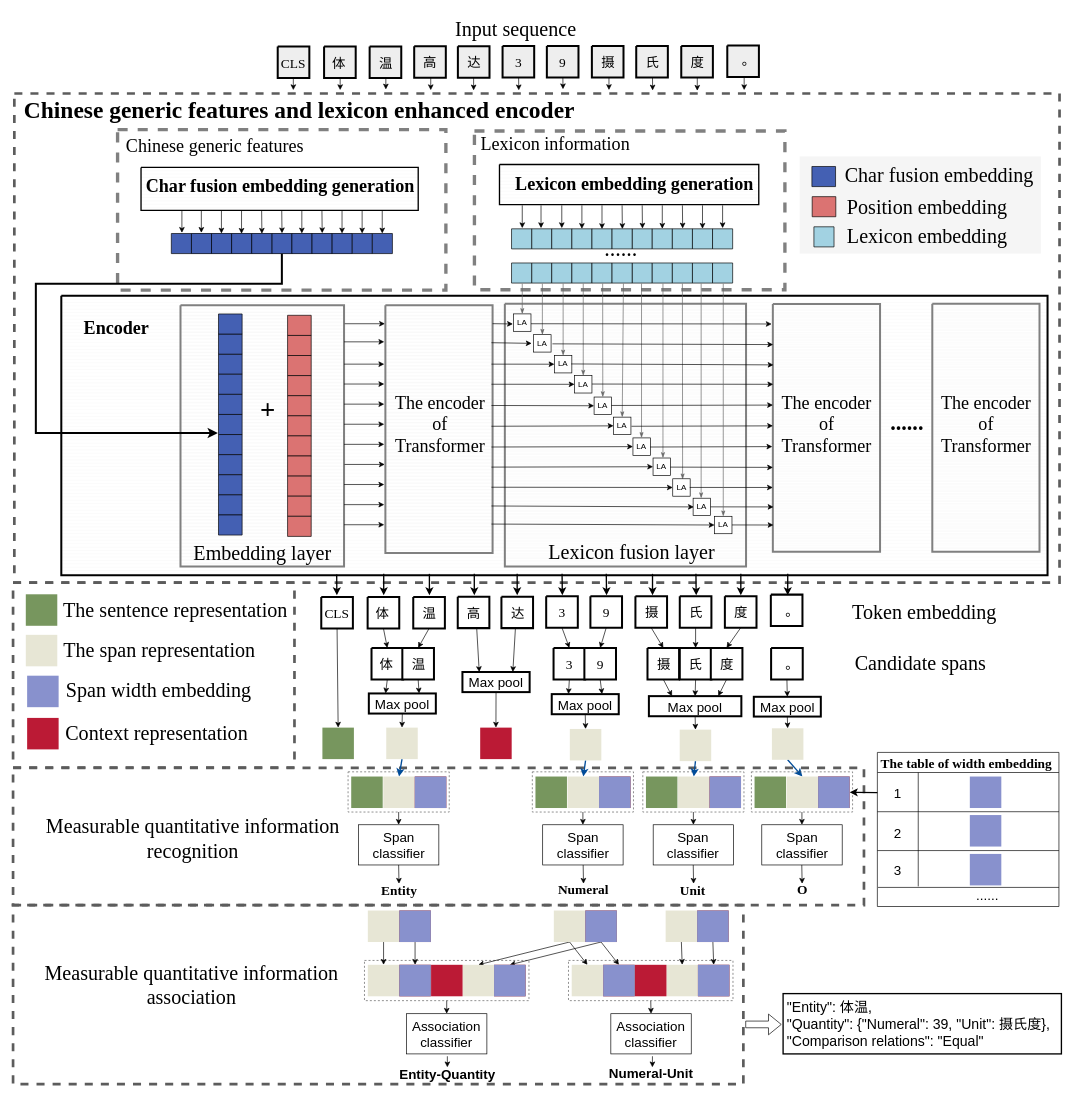
JJackMoO/Jackert_draw keeps this draw.io diagram as page "第 1 页" (1 of 4) of SCLert_model.drawio. Above is the earlier version. Source tidied: cells renumbered, new cells numbered last; positions are measured from the earlier drawing's top-left corner, leaving out a move shared by most shapes. Both pictures are drawn from the tidied source at 67%, with x=0, y=0 at pixel (13, 11).
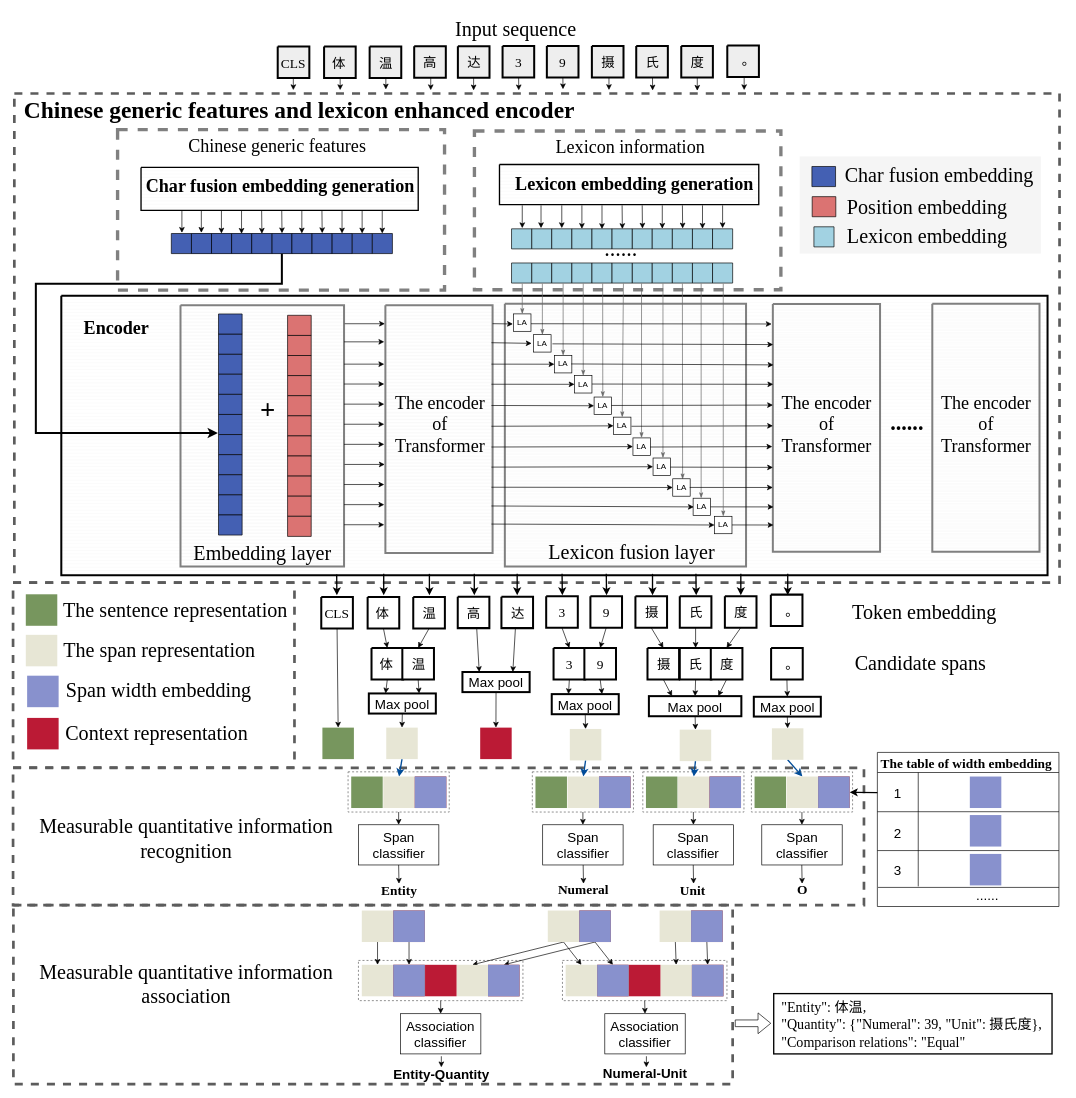
The same diagram, later.

The change refers to these unchanged cells:
```xml
<mxCell id="189" style="group;" parent="1" vertex="1">
  <mxGeometry x="726" y="228" width="445.6" height="188" as="geometry" />
</mxCell>
```

Diff of the diagram source:
```diff
@@
     <mxCell id="3" style="rounded=0;whiteSpace=wrap;html=1;fontSize=20;strokeColor=#5C5C5C;strokeWidth=1;fillColor=none;dashed=1;" parent="1" vertex="1">
-      <mxGeometry x="829" y="1416" width="245.5" height="60" as="geometry" />
+      <mxGeometry x="820" y="1416" width="245.5" height="60" as="geometry" />
     </mxCell>
     <mxCell id="4" style="rounded=0;whiteSpace=wrap;html=1;fontSize=20;strokeColor=#5C5C5C;strokeWidth=1;fillColor=none;dashed=1;" parent="1" vertex="1">
-      <mxGeometry x="524.5" y="1416" width="245.5" height="60" as="geometry" />
+      <mxGeometry x="515.5" y="1416" width="245.5" height="60" as="geometry" />
     </mxCell>
     <mxCell id="5" style="rounded=0;whiteSpace=wrap;html=1;dashed=1;fontSize=20;strokeColor=#5C5C5C;strokeWidth=4;fillColor=none;" parent="1" vertex="1">
-      <mxGeometry y="1333.5" width="1090" height="267" as="geometry" />
+      <mxGeometry x="0.5" y="1333.5" width="1073.5" height="267" as="geometry" />
     </mxCell>
@@
     <mxCell id="114" style="whiteSpace=wrap;html=1;fontSize=20;strokeColor=none;strokeWidth=1;fillColor=#E7E6D5;fontColor=#ffffff;" parent="1" vertex="1">
-      <mxGeometry x="529.5" y="1341.5" width="47" height="47" as="geometry" />
+      <mxGeometry x="520.5" y="1341.5" width="47" height="47" as="geometry" />
     </mxCell>
@@
     <mxCell id="116" style="whiteSpace=wrap;html=1;fontSize=20;strokeColor=none;strokeWidth=1;fillColor=#B9628E;" parent="1" vertex="1">
-      <mxGeometry x="576.5" y="1341.5" width="47" height="47" as="geometry" />
+      <mxGeometry x="567.5" y="1341.5" width="47" height="47" as="geometry" />
     </mxCell>
@@
     <mxCell id="119" style="whiteSpace=wrap;html=1;fontSize=20;strokeColor=none;strokeWidth=1;fillColor=#E7E6D5;fontColor=#ffffff;" parent="1" vertex="1">
-      <mxGeometry x="807.1" y="1341.5" width="47" height="47" as="geometry" />
+      <mxGeometry x="798.1" y="1341.5" width="47" height="47" as="geometry" />
     </mxCell>
@@
     <mxCell id="122" style="whiteSpace=wrap;html=1;fontSize=20;strokeColor=none;strokeWidth=1;fillColor=#B9628E;" parent="1" vertex="1">
-      <mxGeometry x="854.1" y="1341.5" width="47" height="47" as="geometry" />
+      <mxGeometry x="845.1" y="1341.5" width="47" height="47" as="geometry" />
     </mxCell>
     <mxCell id="123" style="whiteSpace=wrap;html=1;fontSize=20;strokeColor=none;strokeWidth=1;fillColor=#E7E6D5;fontColor=#ffffff;" parent="1" vertex="1">
-      <mxGeometry x="974" y="1341.5" width="47" height="47" as="geometry" />
+      <mxGeometry x="965" y="1341.5" width="47" height="47" as="geometry" />
     </mxCell>
@@
     <mxCell id="125" style="whiteSpace=wrap;html=1;fontSize=20;strokeColor=none;strokeWidth=1;fillColor=#B9628E;" parent="1" vertex="1">
-      <mxGeometry x="1021" y="1341.5" width="47" height="47" as="geometry" />
+      <mxGeometry x="1012" y="1341.5" width="47" height="47" as="geometry" />
     </mxCell>
@@
     <mxCell id="127" style="whiteSpace=wrap;html=1;fontSize=20;strokeColor=none;strokeWidth=1;fillColor=#E7E6D5;fontColor=#ffffff;" parent="1" vertex="1">
-      <mxGeometry x="529.5" y="1422.5" width="47" height="47" as="geometry" />
+      <mxGeometry x="520.5" y="1422.5" width="47" height="47" as="geometry" />
     </mxCell>
     <mxCell id="128" style="whiteSpace=wrap;html=1;fontSize=20;strokeColor=none;strokeWidth=1;fillColor=#B9628E;" parent="1" vertex="1">
-      <mxGeometry x="576.5" y="1422.5" width="47" height="47" as="geometry" />
+      <mxGeometry x="567.5" y="1422.5" width="47" height="47" as="geometry" />
     </mxCell>
     <mxCell id="129" style="whiteSpace=wrap;html=1;fontSize=20;strokeColor=none;strokeWidth=1;fillColor=#E7E6D5;fontColor=#ffffff;" parent="1" vertex="1">
-      <mxGeometry x="670.9" y="1422.5" width="47" height="47" as="geometry" />
+      <mxGeometry x="661.9" y="1422.5" width="47" height="47" as="geometry" />
     </mxCell>
     <mxCell id="130" style="whiteSpace=wrap;html=1;fontSize=20;strokeColor=none;strokeWidth=1;fillColor=#B9628E;" parent="1" vertex="1">
-      <mxGeometry x="717.9" y="1422.5" width="47" height="47" as="geometry" />
+      <mxGeometry x="708.9" y="1422.5" width="47" height="47" as="geometry" />
     </mxCell>
     <mxCell id="131" style="whiteSpace=wrap;html=1;fontSize=20;strokeColor=none;strokeWidth=1;fillColor=#BB1A35;" parent="1" vertex="1">
-      <mxGeometry x="623.9" y="1422.5" width="47" height="47" as="geometry" />
+      <mxGeometry x="614.9" y="1422.5" width="47" height="47" as="geometry" />
     </mxCell>
     <mxCell id="132" style="whiteSpace=wrap;html=1;fontSize=20;strokeColor=none;strokeWidth=1;fillColor=#E7E6D5;fontColor=#ffffff;" parent="1" vertex="1">
-      <mxGeometry x="833.8" y="1422.5" width="47" height="47" as="geometry" />
+      <mxGeometry x="824.8" y="1422.5" width="47" height="47" as="geometry" />
     </mxCell>
     <mxCell id="133" style="whiteSpace=wrap;html=1;fontSize=20;strokeColor=none;strokeWidth=1;fillColor=#B9628E;" parent="1" vertex="1">
-      <mxGeometry x="880.8" y="1422.5" width="47" height="47" as="geometry" />
+      <mxGeometry x="871.8" y="1422.5" width="47" height="47" as="geometry" />
     </mxCell>
     <mxCell id="134" style="whiteSpace=wrap;html=1;fontSize=20;strokeColor=none;strokeWidth=1;fillColor=#E7E6D5;fontColor=#ffffff;" parent="1" vertex="1">
-      <mxGeometry x="975.2" y="1422.5" width="47" height="47" as="geometry" />
+      <mxGeometry x="966.2" y="1422.5" width="47" height="47" as="geometry" />
     </mxCell>
     <mxCell id="135" style="whiteSpace=wrap;html=1;fontSize=20;strokeColor=none;strokeWidth=1;fillColor=#B9628E;" parent="1" vertex="1">
-      <mxGeometry x="1022.2" y="1422.5" width="47" height="47" as="geometry" />
+      <mxGeometry x="1013.2" y="1422.5" width="47" height="47" as="geometry" />
     </mxCell>
     <mxCell id="136" style="whiteSpace=wrap;html=1;fontSize=20;strokeColor=none;strokeWidth=1;fillColor=#BB1A35;" parent="1" vertex="1">
-      <mxGeometry x="928.2" y="1422.5" width="47" height="47" as="geometry" />
+      <mxGeometry x="919.2" y="1422.5" width="47" height="47" as="geometry" />
     </mxCell>
     <mxCell id="137" value="Association classifier" style="rounded=0;whiteSpace=wrap;html=1;fontSize=20;strokeColor=#000000;strokeWidth=1;fillColor=none;" parent="1" vertex="1">
-      <mxGeometry x="587.2" y="1495.5" width="120" height="60" as="geometry" />
+      <mxGeometry x="578.2" y="1495.5" width="120" height="60" as="geometry" />
     </mxCell>
     <mxCell id="138" value="Association classifier" style="rounded=0;whiteSpace=wrap;html=1;fontSize=20;strokeColor=#000000;strokeWidth=1;fillColor=none;" parent="1" vertex="1">
-      <mxGeometry x="892.2" y="1495.5" width="120" height="60" as="geometry" />
+      <mxGeometry x="883.2" y="1495.5" width="120" height="60" as="geometry" />
     </mxCell>
@@
-    <mxCell id="140" style="edgeStyle=none;rounded=0;jettySize=auto;html=1;exitX=0.5;exitY=1;exitDx=0;exitDy=0;entryX=0.5;entryY=0;entryDx=0;entryDy=0;fontSize=20;strokeColor=#000000;" parent="1" edge="1" source="3" target="138">
-      <mxGeometry relative="1" as="geometry" />
+    <mxCell id="140" style="edgeStyle=none;rounded=0;jettySize=auto;html=1;exitX=0.5;exitY=1;exitDx=0;exitDy=0;entryX=0.5;entryY=0;entryDx=0;entryDy=0;fontSize=20;strokeColor=#000000;" parent="1" edge="1" target="138">
+      <mxGeometry relative="1" as="geometry">
+        <mxPoint x="942.7" y="1476" as="sourcePoint" />
+      </mxGeometry>
     </mxCell>
     <mxCell id="141" value="&lt;b&gt;Entity-Quantity&lt;/b&gt;" style="text;html=1;align=center;verticalAlign=middle;fillColor=none;strokeColor=none;rounded=0;dashed=1;fontSize=20;" parent="1" vertex="1">
-      <mxGeometry x="563.4" y="1564.5" width="170" height="40" as="geometry" />
+      <mxGeometry x="554.4" y="1564.5" width="170" height="40" as="geometry" />
     </mxCell>
     <mxCell id="142" value="&lt;b&gt;Numeral-Unit&lt;/b&gt;" style="text;html=1;align=center;verticalAlign=middle;fillColor=none;strokeColor=none;rounded=0;dashed=1;fontSize=20;" parent="1" vertex="1">
-      <mxGeometry x="876.8" y="1563.5" width="150" height="40" as="geometry" />
+      <mxGeometry x="867.8" y="1563.5" width="150" height="40" as="geometry" />
     </mxCell>
     <mxCell id="143" style="edgeStyle=none;rounded=0;orthogonalLoop=1;jettySize=auto;html=1;exitX=0.5;exitY=1;exitDx=0;exitDy=0;entryX=0.5;entryY=0;entryDx=0;entryDy=0;fontSize=20;strokeColor=#000000;" parent="1" edge="1">
       <mxGeometry relative="1" as="geometry">
-        <mxPoint x="648.2" y="1559" as="sourcePoint" />
-        <mxPoint x="648.2" y="1575.5" as="targetPoint" />
+        <mxPoint x="639.2" y="1559" as="sourcePoint" />
+        <mxPoint x="639.2" y="1575.5" as="targetPoint" />
       </mxGeometry>
     </mxCell>
     <mxCell id="144" style="edgeStyle=none;rounded=0;orthogonalLoop=1;jettySize=auto;html=1;exitX=0.5;exitY=1;exitDx=0;exitDy=0;entryX=0.5;entryY=0;entryDx=0;entryDy=0;fontSize=20;strokeColor=#000000;" parent="1" edge="1">
       <mxGeometry relative="1" as="geometry">
-        <mxPoint x="954.3" y="1559" as="sourcePoint" />
-        <mxPoint x="954.2" y="1575.5" as="targetPoint" />
+        <mxPoint x="945.3" y="1559" as="sourcePoint" />
+        <mxPoint x="945.2" y="1575.5" as="targetPoint" />
       </mxGeometry>
     </mxCell>
@@
     <mxCell id="153" value="&lt;span style=&quot;font-size: 30px;&quot;&gt;Measurable quantitative information&lt;br&gt;recognition&lt;br&gt;&lt;/span&gt;" style="text;html=1;align=center;verticalAlign=middle;fillColor=none;strokeColor=none;rounded=0;shadow=0;sketch=0;fillStyle=auto;fontFamily=Times New Roman;fontSize=27;" parent="1" vertex="1">
-      <mxGeometry x="38" y="1188.5" width="460" height="90" as="geometry" />
+      <mxGeometry x="28" y="1188.5" width="460" height="90" as="geometry" />
     </mxCell>
     <mxCell id="154" value="&lt;span style=&quot;font-size: 30px;&quot;&gt;Measurable quantitative information&lt;br&gt;association&lt;br&gt;&lt;/span&gt;" style="text;html=1;align=center;verticalAlign=middle;fillColor=none;strokeColor=none;rounded=0;shadow=0;sketch=0;fillStyle=auto;fontFamily=Times New Roman;fontSize=27;" parent="1" vertex="1">
-      <mxGeometry x="36" y="1407.5" width="460" height="90" as="geometry" />
+      <mxGeometry x="28" y="1405.5" width="460" height="90" as="geometry" />
     </mxCell>
     <mxCell id="155" style="shape=flexArrow;endArrow=classic;html=1;rounded=0;fontSize=20;strokeColor=#000000;" parent="1" edge="1">
       <mxGeometry relative="1" as="geometry">
-        <mxPoint x="1093" y="1511.5" as="sourcePoint" />
-        <mxPoint x="1147" y="1511.5" as="targetPoint" />
+        <mxPoint x="1077.4" y="1509.8" as="sourcePoint" />
+        <mxPoint x="1131.4" y="1509.8" as="targetPoint" />
       </mxGeometry>
     </mxCell>
-    <mxCell id="156" value="&lt;font style=&quot;font-size: 21px;&quot;&gt;&lt;br&gt;&lt;span style=&quot;background-color: initial;&quot;&gt;&lt;span style=&quot;&quot;&gt;&lt;span style=&quot;white-space: pre;&quot;&gt;&amp;nbsp;&amp;nbsp;&amp;nbsp;&amp;nbsp;&lt;/span&gt;&lt;/span&gt;&quot;Entity&quot;: 体温, &lt;br&gt;&lt;span style=&quot;&quot;&gt;&lt;span style=&quot;white-space: pre;&quot;&gt;&amp;nbsp;&amp;nbsp;&amp;nbsp;&amp;nbsp;&lt;/span&gt;&lt;/span&gt;&quot;Quantity&quot;: {&lt;/span&gt;&quot;Numeral&quot;: 39, &quot;Unit&quot;: 摄氏度},&lt;br&gt;&lt;span style=&quot;&quot;&gt;&lt;span style=&quot;white-space: pre;&quot;&gt;&amp;nbsp;&amp;nbsp;&amp;nbsp;&amp;nbsp;&lt;/span&gt;&lt;/span&gt;&quot;Comparison relations&quot;: &quot;Equal&quot;&lt;br&gt;&lt;br&gt;&lt;/font&gt;" style="text;html=1;align=left;verticalAlign=middle;fillColor=none;strokeColor=none;rounded=0;dashed=1;fontSize=20;" parent="1" vertex="1">
-      <mxGeometry x="1130" y="1440.5" width="440" height="140" as="geometry" />
+    <mxCell id="156" value="&lt;font style=&quot;font-size: 21px;&quot;&gt;&lt;font face=&quot;Times New Roman&quot;&gt;&lt;br&gt;&lt;span style=&quot;background-color: initial;&quot;&gt;&lt;span style=&quot;&quot;&gt;&lt;span style=&quot;white-space: pre;&quot;&gt;&amp;nbsp;&amp;nbsp;&amp;nbsp;&amp;nbsp;&lt;/span&gt;&lt;/span&gt;&quot;Entity&quot;: 体温, &lt;br&gt;&lt;span style=&quot;&quot;&gt;&lt;span style=&quot;white-space: pre;&quot;&gt;&amp;nbsp;&amp;nbsp;&amp;nbsp;&amp;nbsp;&lt;/span&gt;&lt;/span&gt;&quot;Quantity&quot;: {&lt;/span&gt;&quot;Numeral&quot;: 39, &quot;Unit&quot;: 摄氏度},&lt;br&gt;&lt;span style=&quot;&quot;&gt;&lt;span style=&quot;white-space: pre;&quot;&gt;&amp;nbsp;&amp;nbsp;&amp;nbsp;&amp;nbsp;&lt;/span&gt;&lt;/span&gt;&quot;Comparison relations&quot;: &quot;Equal&quot;&lt;br&gt;&lt;/font&gt;&lt;br&gt;&lt;/font&gt;" style="text;html=1;align=left;verticalAlign=middle;fillColor=none;strokeColor=none;rounded=0;dashed=1;fontSize=20;" parent="1" vertex="1">
+      <mxGeometry x="1124" y="1440.5" width="430" height="140" as="geometry" />
     </mxCell>
@@
     <mxCell id="186" style="verticalLabelPosition=bottom;verticalAlign=top;html=1;shape=mxgraph.basic.rect;fillColor2=none;strokeWidth=5;size=20;indent=5;shadow=0;sketch=0;fillStyle=auto;fontFamily=Times New Roman;fontSize=27;fillColor=none;gradientDirection=north;dashed=1;fontColor=#333333;strokeColor=#808080;" parent="1" vertex="1">
-      <mxGeometry x="156" y="176" width="490" height="239.5" as="geometry" />
+      <mxGeometry x="156" y="176" width="488" height="239.5" as="geometry" />
     </mxCell>
@@
     <mxCell id="192" style="verticalLabelPosition=bottom;verticalAlign=top;html=1;shape=mxgraph.basic.rect;fillColor2=none;strokeWidth=5;size=20;indent=5;shadow=0;sketch=0;fillStyle=auto;fontFamily=Times New Roman;fontSize=27;fillColor=none;gradientDirection=north;dashed=1;fontColor=#333333;strokeColor=#808080;" parent="189" vertex="1">
-      <mxGeometry x="-37.4" y="-50" width="463.4" height="237" as="geometry" />
+      <mxGeometry x="-37.4" y="-50" width="457.4" height="237" as="geometry" />
     </mxCell>
     <mxCell id="193" value="Lexicon information" style="text;html=1;align=center;verticalAlign=middle;fillColor=none;strokeColor=none;rounded=0;shadow=0;dashed=1;sketch=0;fillStyle=auto;fontFamily=Times New Roman;fontSize=27;" parent="189" vertex="1">
-      <mxGeometry x="-37.4" y="-50" width="240" height="40" as="geometry" />
+      <mxGeometry x="74.6" y="-46" width="240" height="40" as="geometry" />
     </mxCell>
@@
     <mxCell id="252" value="Chinese generic features" style="text;html=1;align=center;verticalAlign=middle;fillColor=none;strokeColor=none;rounded=0;shadow=0;dashed=1;sketch=0;fillStyle=auto;fontFamily=Times New Roman;fontSize=27;" parent="1" vertex="1">
-      <mxGeometry x="156.2" y="176" width="290" height="50" as="geometry" />
+      <mxGeometry x="249.2" y="176" width="290" height="50" as="geometry" />
     </mxCell>
@@
     <mxCell id="389" style="whiteSpace=wrap;html=1;fontSize=20;strokeColor=none;strokeWidth=1;fillColor=#B15A43;" parent="1" vertex="1">
-      <mxGeometry x="576.5" y="1341.5" width="47" height="47" as="geometry" />
+      <mxGeometry x="567.5" y="1341.5" width="47" height="47" as="geometry" />
     </mxCell>
     <mxCell id="390" style="whiteSpace=wrap;html=1;fontSize=20;strokeColor=none;strokeWidth=1;fillColor=#B15A43;" parent="1" vertex="1">
-      <mxGeometry x="576.5" y="1422.5" width="47" height="47" as="geometry" />
+      <mxGeometry x="567.5" y="1422.5" width="47" height="47" as="geometry" />
     </mxCell>
     <mxCell id="391" style="whiteSpace=wrap;html=1;fontSize=20;strokeColor=none;strokeWidth=1;fillColor=#B15A43;" parent="1" vertex="1">
-      <mxGeometry x="717.9" y="1422.5" width="47" height="47" as="geometry" />
+      <mxGeometry x="708.9" y="1422.5" width="47" height="47" as="geometry" />
     </mxCell>
@@
     <mxCell id="393" style="whiteSpace=wrap;html=1;fontSize=20;strokeColor=none;strokeWidth=1;fillColor=#B15A43;" parent="1" vertex="1">
-      <mxGeometry x="854.1" y="1341.5" width="47" height="47" as="geometry" />
+      <mxGeometry x="845.1" y="1341.5" width="47" height="47" as="geometry" />
     </mxCell>
     <mxCell id="394" style="whiteSpace=wrap;html=1;fontSize=20;strokeColor=none;strokeWidth=1;fillColor=#B15A43;" parent="1" vertex="1">
-      <mxGeometry x="880.8" y="1422.5" width="47" height="47" as="geometry" />
+      <mxGeometry x="871.8" y="1422.5" width="47" height="47" as="geometry" />
     </mxCell>
     <mxCell id="395" style="whiteSpace=wrap;html=1;fontSize=20;strokeColor=none;strokeWidth=1;fillColor=#B15A43;" parent="1" vertex="1">
-      <mxGeometry x="1022.2" y="1422.5" width="47" height="47" as="geometry" />
+      <mxGeometry x="1013.2" y="1422.5" width="47" height="47" as="geometry" />
     </mxCell>
     <mxCell id="396" style="whiteSpace=wrap;html=1;fontSize=20;strokeColor=none;strokeWidth=1;fillColor=#B15A43;" parent="1" vertex="1">
-      <mxGeometry x="1021" y="1341.5" width="47" height="47" as="geometry" />
+      <mxGeometry x="1012" y="1341.5" width="47" height="47" as="geometry" />
     </mxCell>
@@
     <mxCell id="402" style="whiteSpace=wrap;html=1;fontSize=20;strokeColor=none;strokeWidth=1;fillColor=#8891CD;" parent="1" vertex="1">
-      <mxGeometry x="576.5" y="1341.5" width="47" height="47" as="geometry" />
+      <mxGeometry x="567.5" y="1341.5" width="47" height="47" as="geometry" />
     </mxCell>
@@
     <mxCell id="406" style="whiteSpace=wrap;html=1;fontSize=20;strokeColor=none;strokeWidth=1;fillColor=#8891CD;" parent="1" vertex="1">
-      <mxGeometry x="854.1" y="1341.5" width="47" height="47" as="geometry" />
+      <mxGeometry x="845.1" y="1341.5" width="47" height="47" as="geometry" />
     </mxCell>
     <mxCell id="407" style="whiteSpace=wrap;html=1;fontSize=20;strokeColor=none;strokeWidth=1;fillColor=#8891CD;" parent="1" vertex="1">
-      <mxGeometry x="1021" y="1341.5" width="47" height="47" as="geometry" />
+      <mxGeometry x="1012" y="1341.5" width="47" height="47" as="geometry" />
     </mxCell>
     <mxCell id="408" style="whiteSpace=wrap;html=1;fontSize=20;strokeColor=none;strokeWidth=1;fillColor=#8891CD;" parent="1" vertex="1">
-      <mxGeometry x="1022.2" y="1422.5" width="47" height="47" as="geometry" />
+      <mxGeometry x="1013.2" y="1422.5" width="47" height="47" as="geometry" />
     </mxCell>
     <mxCell id="409" style="whiteSpace=wrap;html=1;fontSize=20;strokeColor=none;strokeWidth=1;fillColor=#8891CD;" parent="1" vertex="1">
-      <mxGeometry x="880.8" y="1422.5" width="47" height="47" as="geometry" />
+      <mxGeometry x="871.8" y="1422.5" width="47" height="47" as="geometry" />
     </mxCell>
     <mxCell id="410" style="whiteSpace=wrap;html=1;fontSize=20;strokeColor=none;strokeWidth=1;fillColor=#8891CD;" parent="1" vertex="1">
-      <mxGeometry x="576.5" y="1422.5" width="47" height="47" as="geometry" />
+      <mxGeometry x="567.5" y="1422.5" width="47" height="47" as="geometry" />
     </mxCell>
     <mxCell id="411" style="whiteSpace=wrap;html=1;fontSize=20;strokeColor=none;strokeWidth=1;fillColor=#8891CD;" parent="1" vertex="1">
-      <mxGeometry x="717.9" y="1422.5" width="47" height="47" as="geometry" />
+      <mxGeometry x="708.9" y="1422.5" width="47" height="47" as="geometry" />
     </mxCell>
@@
     <mxCell id="416" style="rounded=0;whiteSpace=wrap;html=1;fillColor=none;strokeWidth=2;" parent="1" vertex="1">
-      <mxGeometry x="1149.3" y="1465.5" width="415.4" height="90" as="geometry" />
+      <mxGeometry x="1135.3" y="1465.5" width="415.4" height="90" as="geometry" />
     </mxCell>
```
